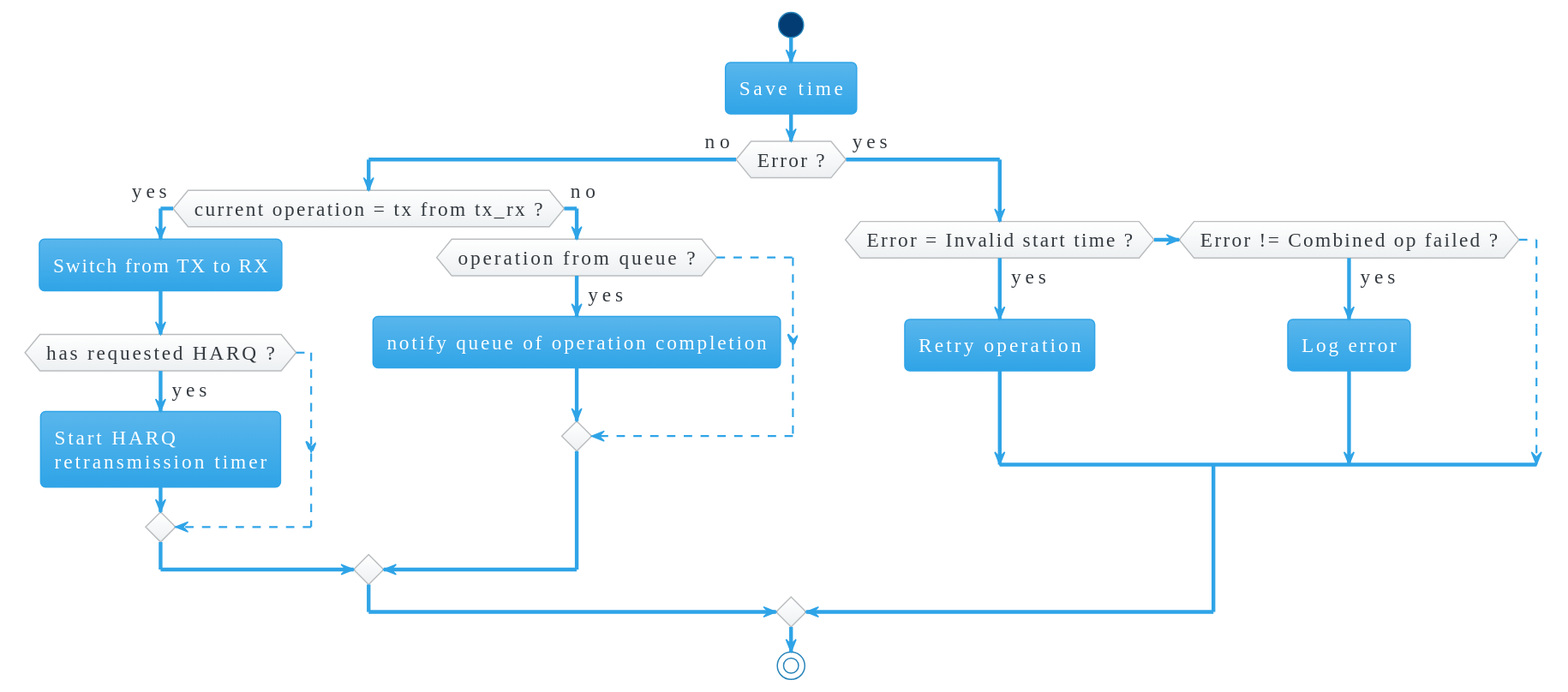
Terrazed/bachelor-project_dect-nr-plus-harq keeps this PlantUML diagram as doc/diagrams/phy_handler_cb_op_complete.svg. Above is the earlier version.
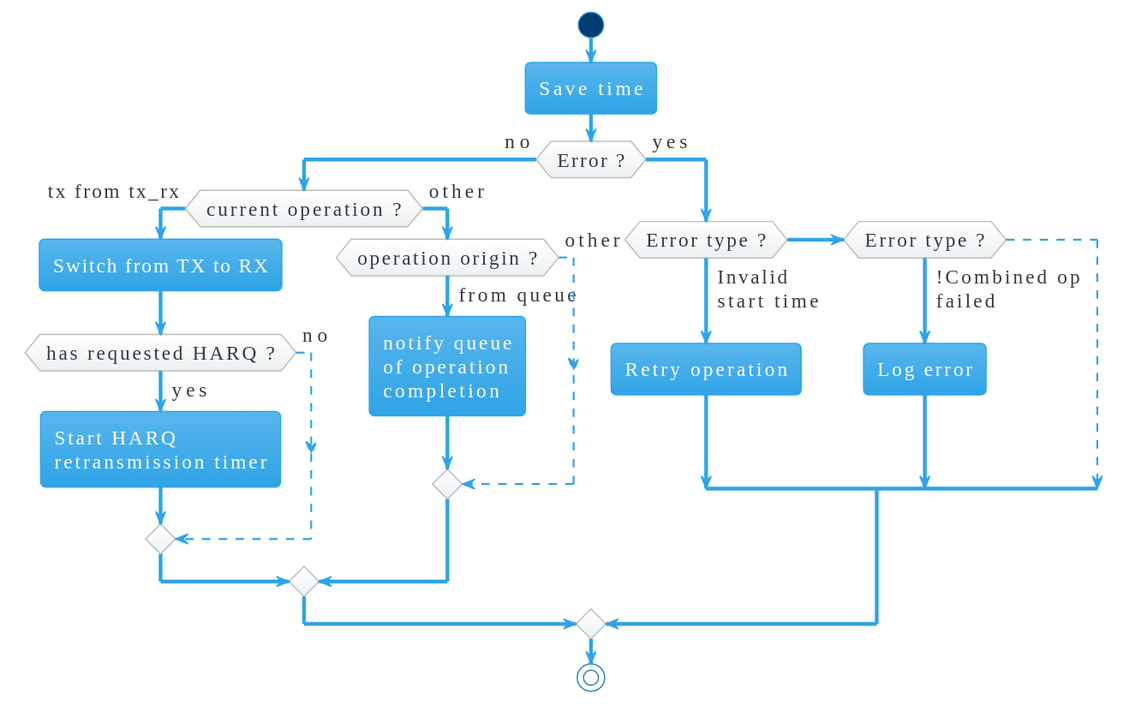
After the commit.

Commit message:
update opcomplete diagram

Change to the diagram source:
```diff
@@ -6,25 +6,27 @@
 start
 :Save time;
 if (Error ?) then (no)
-    if (current operation = tx from tx_rx ?) then (yes)
+    if (current operation ?) then (tx from tx_rx)
         :Switch from TX to RX;
         if (has requested HARQ ?) then (yes)
             :Start HARQ
             retransmission timer;
-        else
+        else (no)
         -[dashed]->
         endif
-    else (no)
-        if (operation from queue ?) then (yes)
-            :notify queue of operation completion;
-        else
+    else (other)
+        if (operation origin ?) then (from queue)
+            :notify queue
+            of operation
+            completion;
+        else (other)
         -[dashed]->
         endif
     endif
 else (yes)
-    if (Error = Invalid start time ?) then (yes)
+    if (Error type ?) then (Invalid\nstart time)
         :Retry operation;
-    elseif(Error != Combined op failed ?) then (yes)
+    elseif(Error type ?) then (!Combined op\nfailed)
         :Log error;
     else
     -[dashed]->
```
